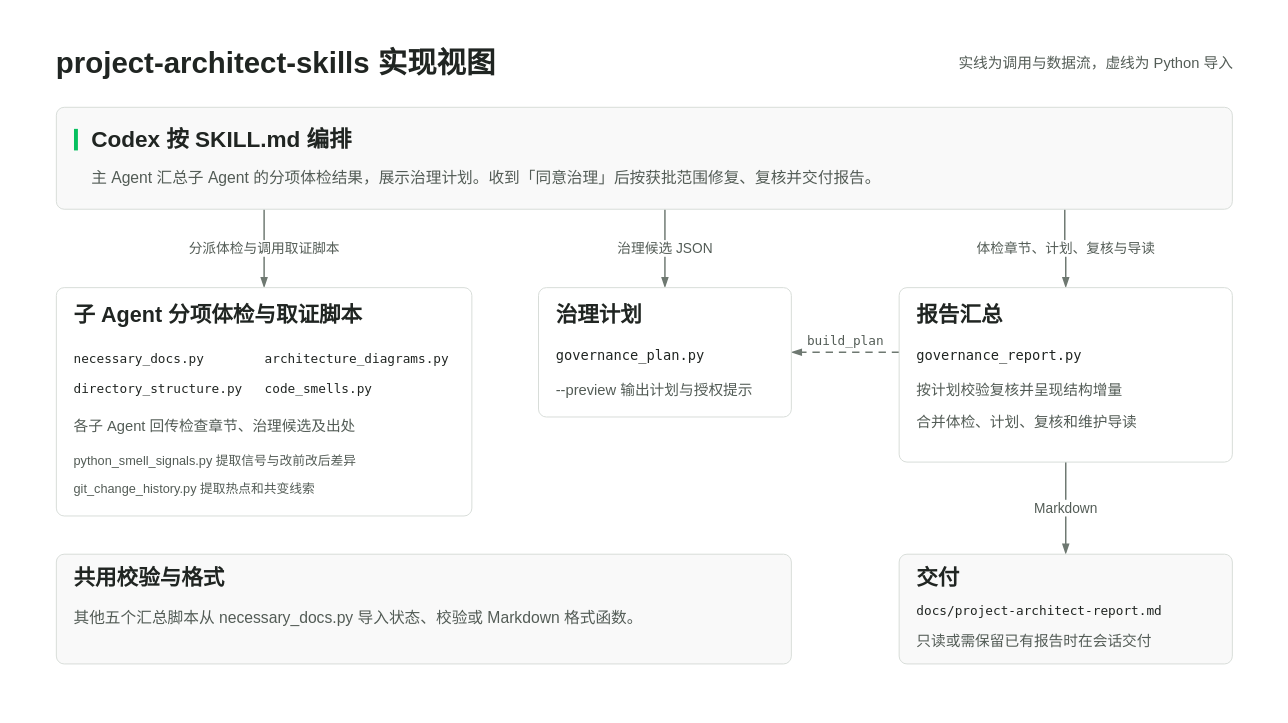
The draw.io diagram docs/diagrams/implementation-architecture.drawio in cabbage2000-lab/project-architect-skills, before the edit. Source tidied: cells renumbered, new cells numbered last; positions are measured from the earlier drawing's top-left corner, leaving out a move shared by most shapes. Both pictures are drawn from the tidied source at 98%, with x=0, y=0 at pixel (17, 17).
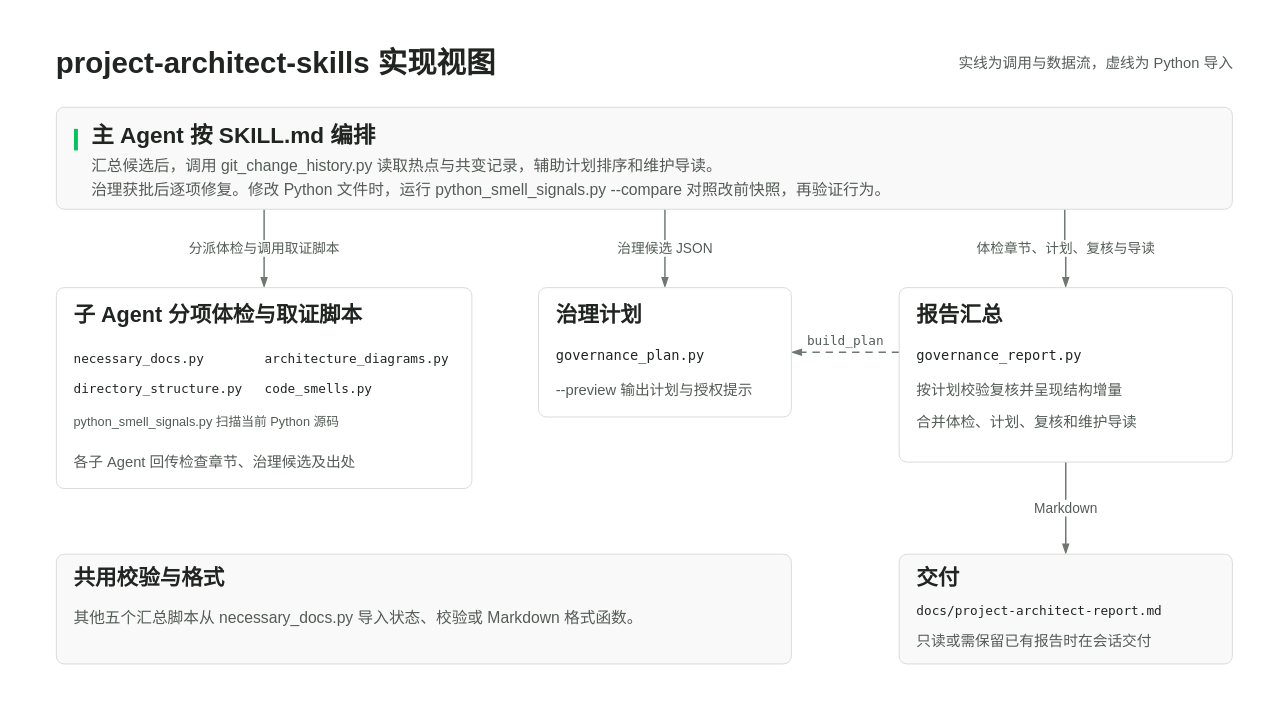
After the change.

Commit message (it also covers changes not shown here):
修复架构图缺口漏报并同步取证与交付说明

Unchanged cells that the change refers to:
```xml
<mxCell id="2" style="rounded=0;fillColor=#FFFFFF;strokeColor=none;html=1;" parent="1" vertex="1">
  <mxGeometry width="1280" height="704" as="geometry" />
</mxCell>
<mxCell id="10" style="rounded=1;absoluteArcSize=1;arcSize=16;strokeWidth=1;html=1;fillColor=#F9F9F9;strokeColor=#D8DDD9;" parent="2" vertex="1">
  <mxGeometry x="40" y="92" width="1200" height="104" as="geometry" />
</mxCell>
```

Diff of the diagram source:
```diff
@@
-    <mxCell id="12" value="Codex 按 SKILL.md 编排" style="text;html=1;whiteSpace=nowrap;fillColor=none;strokeColor=none;verticalAlign=middle;spacing=0;fontFamily=PingFang SC;fontSize=23;fontStyle=1;fontColor=#202522;align=left;" parent="10" vertex="1">
-      <mxGeometry x="36" y="14" width="500" height="37" as="geometry" />
+    <mxCell id="12" value="主 Agent 按 SKILL.md 编排" style="text;html=1;whiteSpace=nowrap;fillColor=none;strokeColor=none;verticalAlign=middle;spacing=0;fontFamily=PingFang SC;fontSize=23;fontStyle=1;fontColor=#202522;align=left;" parent="10" vertex="1">
+      <mxGeometry x="36" y="12" width="500" height="33" as="geometry" />
     </mxCell>
-    <mxCell id="13" value="主 Agent 汇总子 Agent 的分项体检结果，展示治理计划。收到「同意治理」后按获批范围修复、复核并交付报告。" style="text;html=1;whiteSpace=nowrap;fillColor=none;strokeColor=none;verticalAlign=middle;spacing=0;fontFamily=PingFang SC;fontSize=16;fontStyle=0;fontColor=#535C56;align=left;" parent="10" vertex="1">
-      <mxGeometry x="36" y="59" width="1140" height="26" as="geometry" />
+    <mxCell id="13" value="汇总候选后，调用 git_change_history.py 读取热点与共变记录，辅助计划排序和维护导读。" style="text;html=1;whiteSpace=nowrap;fillColor=none;strokeColor=none;verticalAlign=middle;spacing=0;fontFamily=PingFang SC;fontSize=16;fontStyle=0;fontColor=#535C56;align=left;" parent="10" vertex="1">
+      <mxGeometry x="36" y="47" width="1140" height="24" as="geometry" />
     </mxCell>
+    <mxCell id="39" value="治理获批后逐项修复。修改 Python 文件时，运行 python_smell_signals.py --compare 对照改前快照，再验证行为。" style="text;html=1;whiteSpace=nowrap;fillColor=none;strokeColor=none;verticalAlign=middle;spacing=0;fontFamily=PingFang SC;fontSize=16;fontStyle=0;fontColor=#535C56;align=left;" parent="10" vertex="1">
+      <mxGeometry x="36" y="72" width="1140" height="24" as="geometry" />
+    </mxCell>
     <mxCell id="14" style="rounded=1;absoluteArcSize=1;arcSize=16;strokeWidth=1;html=1;fillColor=#FFFFFF;strokeColor=#D8DDD9;" parent="2" vertex="1">
-      <mxGeometry x="40" y="276" width="424" height="233" as="geometry" />
+      <mxGeometry x="40" y="276" width="424" height="205" as="geometry" />
     </mxCell>
@@
     <mxCell id="20" value="各子 Agent 回传检查章节、治理候选及出处" style="text;html=1;whiteSpace=nowrap;fillColor=none;strokeColor=none;verticalAlign=middle;spacing=0;fontFamily=PingFang SC;fontSize=15;fontStyle=0;fontColor=#535C56;align=left;" parent="14" vertex="1">
-      <mxGeometry x="18" y="129" width="380" height="23" as="geometry" />
+      <mxGeometry x="18" y="166" width="380" height="23" as="geometry" />
     </mxCell>
-    <mxCell id="21" value="python_smell_signals.py 提取信号与改前改后差异" style="text;html=1;whiteSpace=nowrap;fillColor=none;strokeColor=none;verticalAlign=middle;spacing=0;fontFamily=PingFang SC;fontSize=13;fontStyle=0;fontColor=#535C56;align=left;" parent="14" vertex="1">
-      <mxGeometry x="18" y="163" width="389" height="26" as="geometry" />
+    <mxCell id="21" value="python_smell_signals.py 扫描当前 Python 源码" style="text;html=1;whiteSpace=nowrap;fillColor=none;strokeColor=none;verticalAlign=middle;spacing=0;fontFamily=PingFang SC;fontSize=13;fontStyle=0;fontColor=#535C56;align=left;" parent="14" vertex="1">
+      <mxGeometry x="18" y="124" width="389" height="26" as="geometry" />
     </mxCell>
-    <mxCell id="22" value="git_change_history.py 提取热点和共变线索" style="text;html=1;whiteSpace=nowrap;fillColor=none;strokeColor=none;verticalAlign=middle;spacing=0;fontFamily=PingFang SC;fontSize=13;fontStyle=0;fontColor=#535C56;align=left;" parent="14" vertex="1">
-      <mxGeometry x="18" y="192" width="389" height="26" as="geometry" />
-    </mxCell>
```
